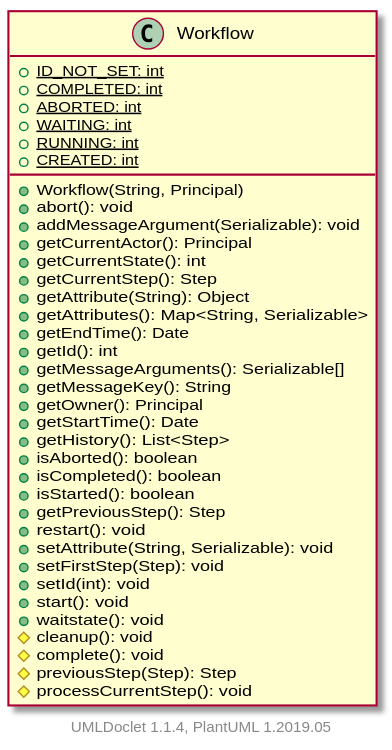
This is apidocs/2.11.0.M8-SNAPSHOT/org/apache/wiki/workflow/Workflow.svg from apache/jspwiki-site, a PlantUML export, as it was before one commit. The source it was exported from:
```plantuml
@startuml

    class Workflow [[Workflow.html]] {
        {static} +ID_NOT_SET: int
        {static} +COMPLETED: int
        {static} +ABORTED: int
        {static} +WAITING: int
        {static} +RUNNING: int
        {static} +CREATED: int
        +Workflow(String, Principal)
        +abort(): void
        +addMessageArgument(Serializable): void
        +getCurrentActor(): Principal
        +getCurrentState(): int
        +getCurrentStep(): Step
        +getAttribute(String): Object
        +getAttributes(): Map<String, Serializable>
        +getEndTime(): Date
        +getId(): int
        +getMessageArguments(): Serializable[]
        +getMessageKey(): String
        +getOwner(): Principal
        +getStartTime(): Date
        +getHistory(): List<Step>
        +isAborted(): boolean
        +isCompleted(): boolean
        +isStarted(): boolean
        +getPreviousStep(): Step
        +restart(): void
        +setAttribute(String, Serializable): void
        +setFirstStep(Step): void
        +setId(int): void
        +start(): void
        +waitstate(): void
        #cleanup(): void
        #complete(): void
        #previousStep(Step): Step
        #processCurrentStep(): void
    }


    center footer UMLDoclet 1.1.4, PlantUML 1.2019.05
@enduml
```
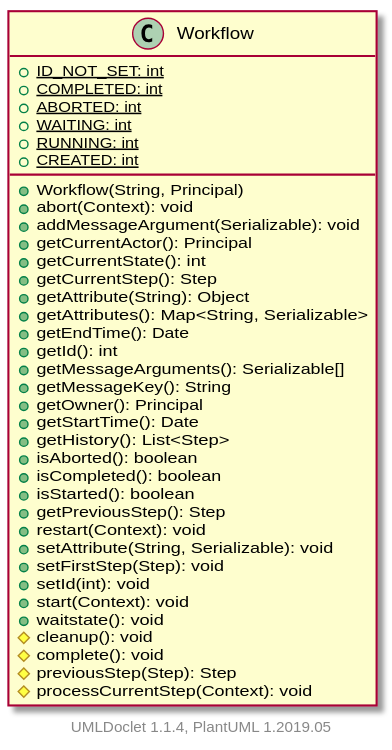
After the commit.

The edit, as a diff of the source:
```diff
@@ -8,7 +8,7 @@
         {static} +RUNNING: int
         {static} +CREATED: int
         +Workflow(String, Principal)
-        +abort(): void
+        +abort(Context): void
         +addMessageArgument(Serializable): void
         +getCurrentActor(): Principal
         +getCurrentState(): int
@@ -26,16 +26,16 @@
         +isCompleted(): boolean
         +isStarted(): boolean
         +getPreviousStep(): Step
-        +restart(): void
+        +restart(Context): void
         +setAttribute(String, Serializable): void
         +setFirstStep(Step): void
         +setId(int): void
-        +start(): void
+        +start(Context): void
         +waitstate(): void
         #cleanup(): void
         #complete(): void
         #previousStep(Step): Step
-        #processCurrentStep(): void
+        #processCurrentStep(Context): void
     }
 
 
```
